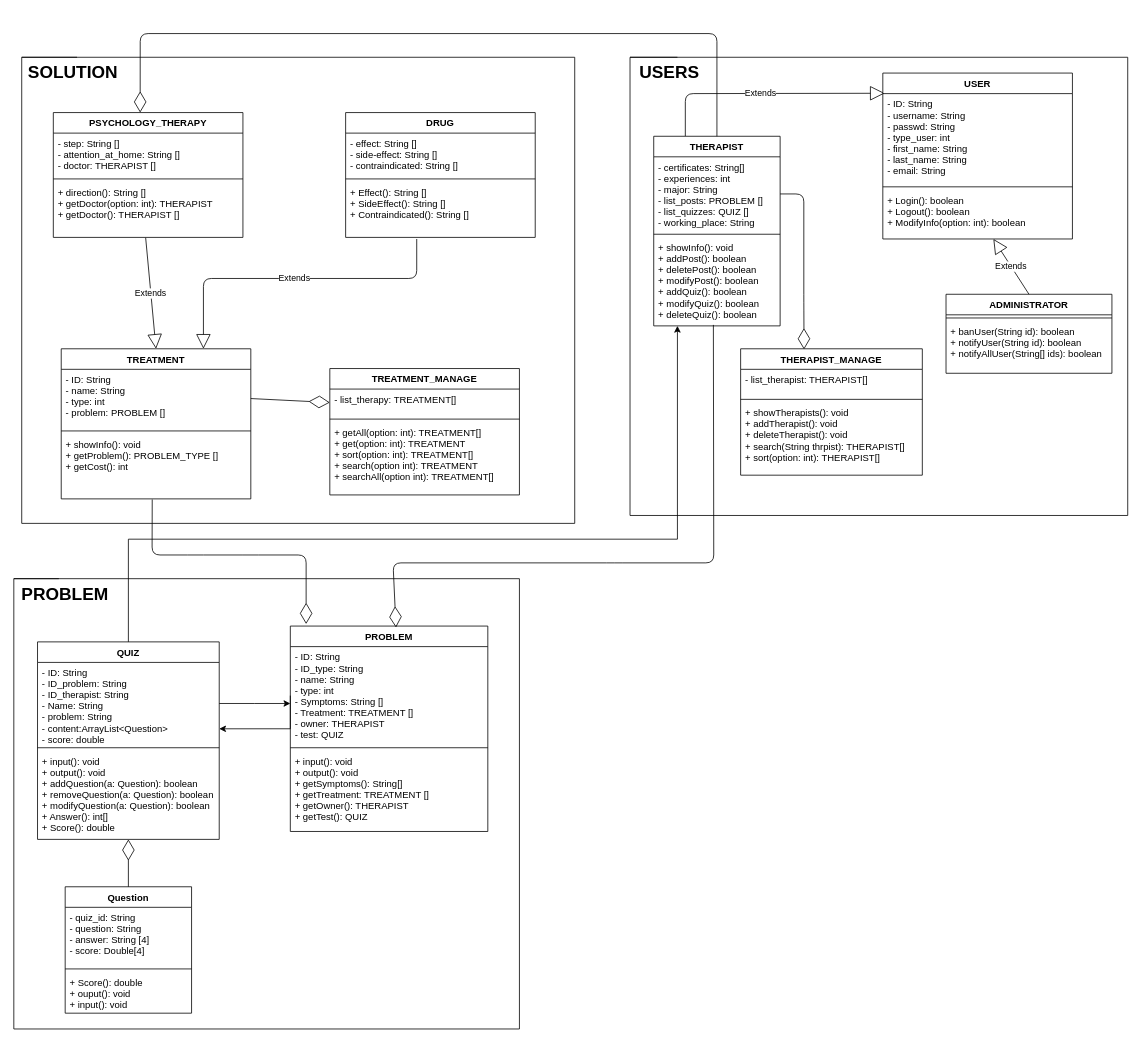
This is BonEsprit.drawio from ddlinh/bonEsprit, a draw.io file, before an edit. Source tidied: cells renumbered, new cells numbered last; positions are measured from the earlier drawing's top-left corner, leaving out a move shared by most shapes. Both pictures are drawn from the tidied source at 79%, with x=0, y=0 at pixel (13, 33).
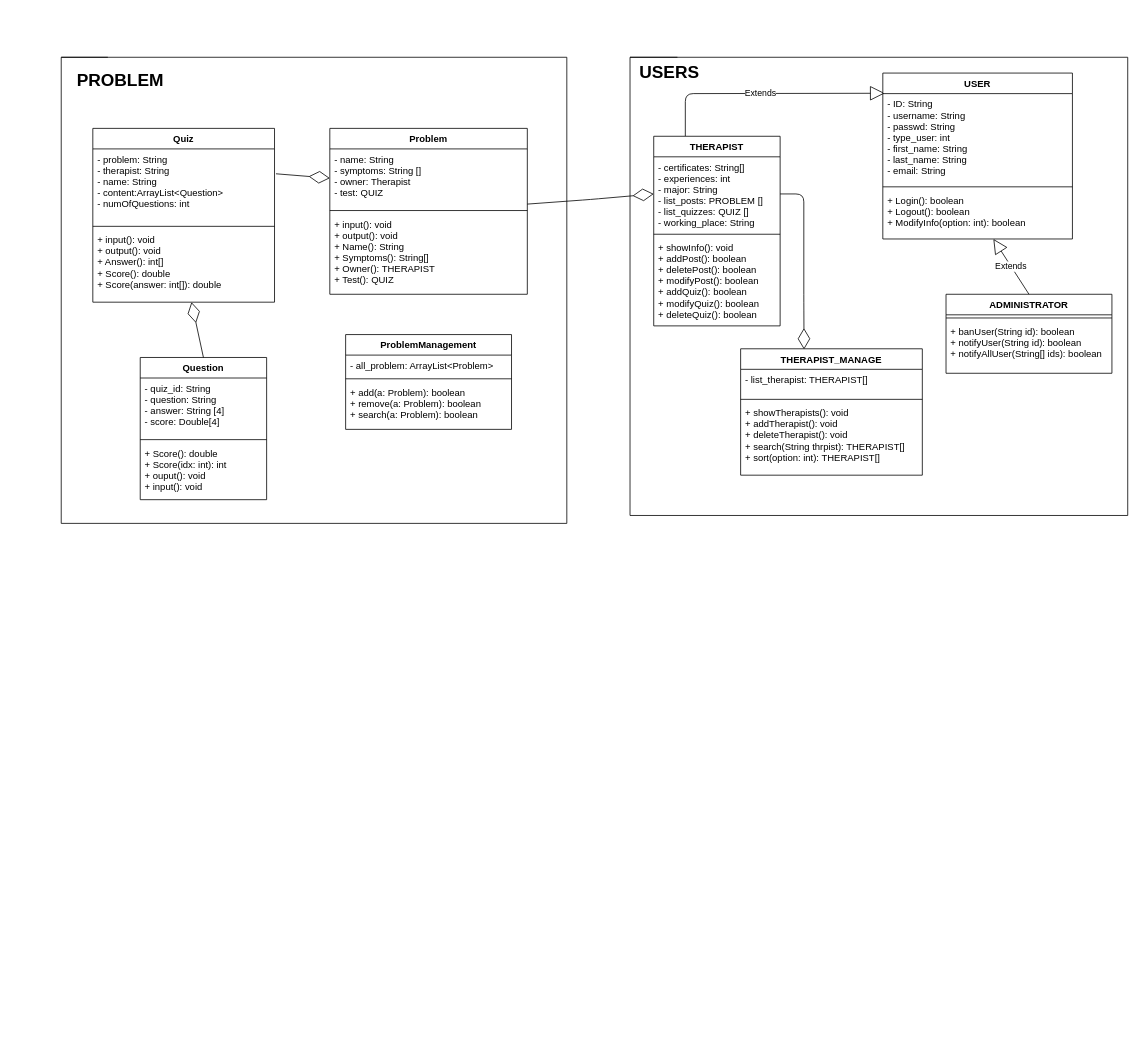
The same diagram, later.

Commit message (it also covers changes not shown here):
update problem management

Unchanged cells that the change refers to:
```xml
<mxCell id="9" value="THERAPIST" style="swimlane;fontStyle=1;align=center;verticalAlign=top;horizontal=1;startSize=26;" parent="1" vertex="1">
  <mxGeometry x="810" y="130" width="160" height="240" as="geometry" />
</mxCell>
<mxCell id="10" value="- certificates: String[]&#10;- experiences: int&#10;- major: String&#10;- list_posts: PROBLEM []&#10;- list_quizzes: QUIZ []&#10;- working_place: String" style="text;strokeColor=none;fillColor=none;align=left;verticalAlign=top;spacingLeft=4;spacingRight=4;overflow=hidden;points=[[0,0.5],[1,0.5]];portConstraint=eastwest;" parent="9" vertex="1">
  <mxGeometry y="26" width="160" height="94" as="geometry" />
</mxCell>
<mxCell id="12" value="+ showInfo(): void&#10;+ addPost(): boolean&#10;+ deletePost(): boolean&#10;+ modifyPost(): boolean&#10;+ addQuiz(): boolean&#10;+ modifyQuiz(): boolean&#10;+ deleteQuiz(): boolean" style="text;strokeColor=none;fillColor=none;align=left;verticalAlign=top;spacingLeft=4;spacingRight=4;overflow=hidden;points=[[0,0.5],[1,0.5]];portConstraint=eastwest;" parent="9" vertex="1">
  <mxGeometry y="128" width="160" height="112" as="geometry" />
</mxCell>
```

The edit, as a diff of the source:
```diff
@@
-    <mxCell id="21" value="&lt;br&gt;" style="shape=folder;fontStyle=1;spacingTop=10;tabWidth=70;tabHeight=0;tabPosition=left;html=1;" parent="1" vertex="1">
-      <mxGeometry x="10" y="30" width="700" height="590" as="geometry" />
-    </mxCell>
-    <mxCell id="22" value="TREATMENT" style="swimlane;fontStyle=1;align=center;verticalAlign=top;horizontal=1;startSize=26;" parent="1" vertex="1">
-      <mxGeometry x="60" y="399" width="240" height="190" as="geometry" />
-    </mxCell>
-    <mxCell id="23" value="- ID: String&#10;- name: String&#10;- type: int&#10;- problem: PROBLEM []" style="text;align=left;verticalAlign=top;spacingLeft=4;spacingRight=4;overflow=hidden;points=[[0,0.5],[1,0.5]];portConstraint=eastwest;" parent="22" vertex="1">
-      <mxGeometry y="26" width="240" height="74" as="geometry" />
-    </mxCell>
-    <mxCell id="24" style="line;strokeWidth=1;fillColor=none;align=left;verticalAlign=middle;spacingTop=-1;spacingLeft=3;spacingRight=3;labelPosition=right;" parent="22" vertex="1">
-      <mxGeometry y="100" width="240" height="8" as="geometry" />
-    </mxCell>
-    <mxCell id="25" value="+ showInfo(): void&#10;+ getProblem(): PROBLEM_TYPE []&#10;+ getCost(): int" style="text;strokeColor=none;fillColor=none;align=left;verticalAlign=top;spacingLeft=4;spacingRight=4;overflow=hidden;points=[[0,0.5],[1,0.5]];portConstraint=eastwest;" parent="22" vertex="1">
-      <mxGeometry y="108" width="240" height="82" as="geometry" />
-    </mxCell>
-    <mxCell id="26" value="TREATMENT_MANAGE" style="swimlane;fontStyle=1;align=center;verticalAlign=top;horizontal=1;startSize=26;" parent="1" vertex="1">
-      <mxGeometry x="400" y="424" width="240" height="160" as="geometry" />
-    </mxCell>
-    <mxCell id="27" value="- list_therapy: TREATMENT[]" style="text;align=left;verticalAlign=top;spacingLeft=4;spacingRight=4;overflow=hidden;points=[[0,0.5],[1,0.5]];portConstraint=eastwest;fontStyle=0;" parent="26" vertex="1">
-      <mxGeometry y="26" width="240" height="34" as="geometry" />
-    </mxCell>
-    <mxCell id="28" style="line;strokeWidth=1;fillColor=none;align=left;verticalAlign=middle;spacingTop=-1;spacingLeft=3;spacingRight=3;labelPosition=right;" parent="26" vertex="1">
-      <mxGeometry y="60" width="240" height="8" as="geometry" />
-    </mxCell>
-    <mxCell id="29" value="+ getAll(option: int): TREATMENT[]&#10;+ get(option: int): TREATMENT&#10;+ sort(option: int): TREATMENT[]&#10;+ search(option int): TREATMENT&#10;+ searchAll(option int): TREATMENT[]" style="text;strokeColor=none;fillColor=none;align=left;verticalAlign=top;spacingLeft=4;spacingRight=4;overflow=hidden;" parent="26" vertex="1">
-      <mxGeometry y="68" width="240" height="92" as="geometry" />
-    </mxCell>
-    <mxCell id="30" value="PSYCHOLOGY_THERAPY" style="swimlane;fontStyle=1;align=center;verticalAlign=top;horizontal=1;startSize=26;" parent="1" vertex="1">
-      <mxGeometry x="50" y="100" width="240" height="158" as="geometry" />
-    </mxCell>
-    <mxCell id="31" value="- step: String []&#10;- attention_at_home: String []&#10;- doctor: THERAPIST []" style="text;align=left;verticalAlign=top;spacingLeft=4;spacingRight=4;overflow=hidden;" parent="30" vertex="1">
-      <mxGeometry y="26" width="240" height="54" as="geometry" />
-    </mxCell>
-    <mxCell id="32" style="line;strokeWidth=1;fillColor=none;align=left;verticalAlign=middle;spacingTop=-1;spacingLeft=3;spacingRight=3;labelPosition=right;" parent="30" vertex="1">
-      <mxGeometry y="80" width="240" height="8" as="geometry" />
-    </mxCell>
-    <mxCell id="33" value="+ direction(): String []&#10;+ getDoctor(option: int): THERAPIST&#10;+ getDoctor(): THERAPIST []" style="text;strokeColor=none;fillColor=none;align=left;verticalAlign=top;spacingLeft=4;spacingRight=4;overflow=hidden;points=[[0,0.5],[1,0.5]];portConstraint=eastwest;" parent="30" vertex="1">
-      <mxGeometry y="88" width="240" height="70" as="geometry" />
-    </mxCell>
-    <mxCell id="34" value="DRUG" style="swimlane;fontStyle=1;align=center;verticalAlign=top;horizontal=1;startSize=26;" parent="1" vertex="1">
-      <mxGeometry x="420" y="100" width="240" height="158" as="geometry" />
-    </mxCell>
-    <mxCell id="35" value="- effect: String []&#10;- side-effect: String []&#10;- contraindicated: String []" style="text;align=left;verticalAlign=top;spacingLeft=4;spacingRight=4;overflow=hidden;" parent="34" vertex="1">
-      <mxGeometry y="26" width="240" height="54" as="geometry" />
-    </mxCell>
-    <mxCell id="36" style="line;strokeWidth=1;fillColor=none;align=left;verticalAlign=middle;spacingTop=-1;spacingLeft=3;spacingRight=3;labelPosition=right;" parent="34" vertex="1">
-      <mxGeometry y="80" width="240" height="8" as="geometry" />
-    </mxCell>
-    <mxCell id="37" value="+ Effect(): String []&#10;+ SideEffect(): String []&#10;+ Contraindicated(): String []" style="text;strokeColor=none;fillColor=none;align=left;verticalAlign=top;spacingLeft=4;spacingRight=4;overflow=hidden;" parent="34" vertex="1">
-      <mxGeometry y="88" width="240" height="70" as="geometry" />
-    </mxCell>
-    <mxCell id="38" value="Extends" style="endArrow=block;endSize=16;endFill=0;html=1;exitX=0.487;exitY=1.007;exitDx=0;exitDy=0;exitPerimeter=0;entryX=0.5;entryY=0;entryDx=0;entryDy=0;" parent="1" edge="1" source="33" target="22">
-      <mxGeometry relative="1" as="geometry" />
-    </mxCell>
-    <mxCell id="39" value="Extends" style="endArrow=block;endSize=16;endFill=0;html=1;entryX=0.75;entryY=0;entryDx=0;entryDy=0;" parent="1" edge="1" target="22">
-      <mxGeometry relative="1" as="geometry">
-        <mxPoint x="510" y="260" as="sourcePoint" />
-        <Array as="points">
-          <mxPoint x="510" y="260" />
-          <mxPoint x="510" y="310" />
-          <mxPoint x="240" y="310" />
-        </Array>
-      </mxGeometry>
-    </mxCell>
-    <mxCell id="40" style="endArrow=diamondThin;endFill=0;endSize=24;html=1;exitX=0.5;exitY=0;exitDx=0;exitDy=0;entryX=0.458;entryY=0;entryDx=0;entryDy=0;entryPerimeter=0;" parent="1" edge="1" source="9" target="30">
-      <mxGeometry relative="1" as="geometry">
-        <Array as="points">
-          <mxPoint x="890" />
-          <mxPoint x="160" />
-        </Array>
-      </mxGeometry>
-    </mxCell>
-    <mxCell id="41" style="endArrow=diamondThin;endFill=0;endSize=24;html=1;exitX=1;exitY=0.5;exitDx=0;exitDy=0;entryX=0;entryY=0.5;entryDx=0;entryDy=0;" parent="1" edge="1" source="23" target="27">
-      <mxGeometry relative="1" as="geometry" />
-    </mxCell>
     <mxCell id="42" style="shape=folder;fontStyle=1;spacingTop=10;tabWidth=50;tabHeight=0;tabPosition=left;html=1;" parent="1" vertex="1">
-      <mxGeometry y="690" width="640" height="570" as="geometry" />
+      <mxGeometry x="60" y="30" width="640" height="590" as="geometry" />
     </mxCell>
-    <mxCell id="43" value="PROBLEM" style="swimlane;fontStyle=1;align=center;verticalAlign=top;horizontal=1;startSize=26;" parent="1" vertex="1">
-      <mxGeometry x="350" y="750" width="250" height="260" as="geometry" />
+    <mxCell id="43" value="Problem" style="swimlane;fontStyle=1;align=center;verticalAlign=top;horizontal=1;startSize=26;" parent="1" vertex="1">
+      <mxGeometry x="400" y="120" width="250" height="210" as="geometry" />
     </mxCell>
-    <mxCell id="44" value="- ID: String&#10;- ID_type: String&#10;- name: String&#10;- type: int&#10;- Symptoms: String []&#10;- Treatment: TREATMENT []&#10;- owner: THERAPIST&#10;- test: QUIZ" style="text;strokeColor=none;fillColor=none;align=left;verticalAlign=top;spacingLeft=4;spacingRight=4;overflow=hidden;points=[[0,0.5],[1,0.5]];portConstraint=eastwest;" parent="43" vertex="1">
-      <mxGeometry y="26" width="250" height="124" as="geometry" />
+    <mxCell id="44" value="- name: String&#10;- symptoms: String []&#10;- owner: Therapist&#10;- test: QUIZ" style="text;strokeColor=none;fillColor=none;align=left;verticalAlign=top;spacingLeft=4;spacingRight=4;overflow=hidden;points=[[0,0.5],[1,0.5]];portConstraint=eastwest;" parent="43" vertex="1">
+      <mxGeometry y="26" width="250" height="74" as="geometry" />
     </mxCell>
     <mxCell id="45" style="line;strokeWidth=1;fillColor=none;align=left;verticalAlign=middle;spacingTop=-1;spacingLeft=3;spacingRight=3;labelPosition=right;" parent="43" vertex="1">
-      <mxGeometry y="150" width="250" height="8" as="geometry" />
+      <mxGeometry y="100" width="250" height="8" as="geometry" />
     </mxCell>
-    <mxCell id="46" value="+ input(): void&#10;+ output(): void&#10;+ getSymptoms(): String[]&#10;+ getTreatment: TREATMENT []&#10;+ getOwner(): THERAPIST&#10;+ getTest(): QUIZ&#10;" style="text;strokeColor=none;fillColor=none;align=left;verticalAlign=top;spacingLeft=4;spacingRight=4;overflow=hidden;" parent="43" vertex="1">
-      <mxGeometry y="158" width="250" height="102" as="geometry" />
+    <mxCell id="46" value="+ input(): void&#10;+ output(): void&#10;+ Name(): String&#10;+ Symptoms(): String[]&#10;+ Owner(): THERAPIST&#10;+ Test(): QUIZ&#10;" style="text;strokeColor=none;fillColor=none;align=left;verticalAlign=top;spacingLeft=4;spacingRight=4;overflow=hidden;" parent="43" vertex="1">
+      <mxGeometry y="108" width="250" height="102" as="geometry" />
     </mxCell>
-    <mxCell id="47" style="edgeStyle=orthogonalEdgeStyle;rounded=0;jettySize=auto;html=1;exitX=0.5;exitY=0;exitDx=0;exitDy=0;" parent="1" edge="1" source="48" target="12">
-      <mxGeometry relative="1" as="geometry">
-        <Array as="points">
-          <mxPoint x="145" y="640" />
-          <mxPoint x="840" y="640" />
-        </Array>
-      </mxGeometry>
-    </mxCell>
-    <mxCell id="48" value="QUIZ" style="swimlane;fontStyle=1;align=center;verticalAlign=top;horizontal=1;startSize=26;" parent="1" vertex="1">
-      <mxGeometry x="30" y="770" width="230" height="250" as="geometry" />
+    <mxCell id="48" value="Quiz" style="swimlane;fontStyle=1;align=center;verticalAlign=top;horizontal=1;startSize=26;" parent="1" vertex="1">
+      <mxGeometry x="100" y="120" width="230" height="220" as="geometry" />
     </mxCell>
-    <mxCell id="49" value="- ID: String&#10;- ID_problem: String&#10;- ID_therapist: String&#10;- Name: String&#10;- problem: String&#10;- content:ArrayList&lt;Question&gt;&#10;- score: double" style="text;strokeColor=none;fillColor=none;align=left;verticalAlign=top;spacingLeft=4;spacingRight=4;overflow=hidden;points=[[0,0.5],[1,0.5]];portConstraint=eastwest;" parent="48" vertex="1">
-      <mxGeometry y="26" width="230" height="104" as="geometry" />
+    <mxCell id="49" value="- problem: String&#10;- therapist: String&#10;- name: String&#10;- content:ArrayList&lt;Question&gt;&#10;- numOfQuestions: int" style="text;strokeColor=none;fillColor=none;align=left;verticalAlign=top;spacingLeft=4;spacingRight=4;overflow=hidden;points=[[0,0.5],[1,0.5]];portConstraint=eastwest;" parent="48" vertex="1">
+      <mxGeometry y="26" width="230" height="94" as="geometry" />
     </mxCell>
     <mxCell id="50" style="line;strokeWidth=1;fillColor=none;align=left;verticalAlign=middle;spacingTop=-1;spacingLeft=3;spacingRight=3;labelPosition=right;" parent="48" vertex="1">
-      <mxGeometry y="130" width="230" height="8" as="geometry" />
+      <mxGeometry y="120" width="230" height="8" as="geometry" />
     </mxCell>
-    <mxCell id="51" value="+ input(): void&#10;+ output(): void&#10;+ addQuestion(a: Question): boolean&#10;+ removeQuestion(a: Question): boolean&#10;+ modifyQuestion(a: Question): boolean&#10;+ Answer(): int[]&#10;+ Score(): double" style="text;strokeColor=none;fillColor=none;align=left;verticalAlign=top;spacingLeft=4;spacingRight=4;overflow=hidden;points=[[0,0.5],[1,0.5]];portConstraint=eastwest;" parent="48" vertex="1">
-      <mxGeometry y="138" width="230" height="112" as="geometry" />
+    <mxCell id="51" value="+ input(): void&#10;+ output(): void&#10;+ Answer(): int[]&#10;+ Score(): double&#10;+ Score(answer: int[]): double" style="text;strokeColor=none;fillColor=none;align=left;verticalAlign=top;spacingLeft=4;spacingRight=4;overflow=hidden;points=[[0,0.5],[1,0.5]];portConstraint=eastwest;" parent="48" vertex="1">
+      <mxGeometry y="128" width="230" height="92" as="geometry" />
     </mxCell>
-    <mxCell id="52" style="endArrow=diamondThin;endFill=0;endSize=24;html=1;exitX=0.472;exitY=0.989;exitDx=0;exitDy=0;exitPerimeter=0;entryX=0.535;entryY=0.007;entryDx=0;entryDy=0;entryPerimeter=0;" parent="1" edge="1" source="12" target="43">
-      <mxGeometry relative="1" as="geometry">
-        <Array as="points">
-          <mxPoint x="886" y="670" />
-          <mxPoint x="760" y="670" />
-          <mxPoint x="480" y="670" />
-        </Array>
-      </mxGeometry>
-    </mxCell>
     <mxCell id="53" value="Question" style="swimlane;fontStyle=1;align=center;verticalAlign=top;horizontal=1;startSize=26;" parent="1" vertex="1">
-      <mxGeometry x="65" y="1080" width="160" height="160" as="geometry" />
+      <mxGeometry x="160" y="410" width="160" height="180" as="geometry" />
     </mxCell>
@@
-    <mxCell id="56" value="+ Score(): double&#10;+ ouput(): void&#10;+ input(): void" style="text;strokeColor=none;fillColor=none;align=left;verticalAlign=top;spacingLeft=4;spacingRight=4;overflow=hidden;" parent="53" vertex="1">
-      <mxGeometry y="108" width="160" height="52" as="geometry" />
+    <mxCell id="56" value="+ Score(): double&#10;+ Score(idx: int): int&#10;+ ouput(): void&#10;+ input(): void" style="text;strokeColor=none;fillColor=none;align=left;verticalAlign=top;spacingLeft=4;spacingRight=4;overflow=hidden;" parent="53" vertex="1">
+      <mxGeometry y="108" width="160" height="72" as="geometry" />
     </mxCell>
-    <mxCell id="57" style="edgeStyle=orthogonalEdgeStyle;rounded=0;jettySize=auto;html=1;exitX=0;exitY=0.5;exitDx=0;exitDy=0;entryX=1;entryY=0.808;entryDx=0;entryDy=0;entryPerimeter=0;" parent="1" edge="1" source="44" target="49">
-      <mxGeometry relative="1" as="geometry">
-        <Array as="points">
-          <mxPoint x="350" y="880" />
-        </Array>
-      </mxGeometry>
-    </mxCell>
-    <mxCell id="58" style="endArrow=diamondThin;endFill=0;endSize=24;html=1;exitX=0.48;exitY=1.009;exitDx=0;exitDy=0;exitPerimeter=0;entryX=0.08;entryY=-0.01;entryDx=0;entryDy=0;entryPerimeter=0;" parent="1" edge="1" source="25" target="43">
-      <mxGeometry relative="1" as="geometry">
-        <Array as="points">
-          <mxPoint x="175" y="660" />
-          <mxPoint x="230" y="660" />
-          <mxPoint x="300" y="660" />
-          <mxPoint x="370" y="660" />
-        </Array>
-      </mxGeometry>
-    </mxCell>
-    <mxCell id="59" style="edgeStyle=orthogonalEdgeStyle;rounded=0;jettySize=auto;html=1;exitX=1;exitY=0.5;exitDx=0;exitDy=0;" parent="1" edge="1" source="49">
-      <mxGeometry relative="1" as="geometry">
-        <mxPoint x="350" y="848" as="targetPoint" />
-      </mxGeometry>
-    </mxCell>
-    <mxCell id="60" value="SOLUTION" style="text;html=1;strokeColor=none;fillColor=none;align=center;verticalAlign=middle;whiteSpace=wrap;rounded=0;fontStyle=1;fontSize=22;" parent="1" vertex="1">
-      <mxGeometry x="30" y="30" width="90" height="40" as="geometry" />
-    </mxCell>
@@
     <mxCell id="62" value="PROBLEM" style="text;html=1;strokeColor=none;fillColor=none;align=center;verticalAlign=middle;whiteSpace=wrap;rounded=0;fontStyle=1;fontSize=22;" parent="1" vertex="1">
-      <mxGeometry x="20" y="690" width="90" height="40" as="geometry" />
+      <mxGeometry x="90" y="40" width="90" height="40" as="geometry" />
     </mxCell>
@@
+    <mxCell id="64" style="endArrow=diamondThin;endFill=0;endSize=24;html=1;exitX=1.008;exitY=0.335;exitDx=0;exitDy=0;entryX=0;entryY=0.5;entryDx=0;entryDy=0;exitPerimeter=0;" parent="1" edge="1" source="49" target="44">
+      <mxGeometry relative="1" as="geometry" />
+    </mxCell>
+    <mxCell id="65" style="endArrow=diamondThin;endFill=0;endSize=24;html=1;entryX=0;entryY=0.5;entryDx=0;entryDy=0;" parent="1" edge="1" source="43" target="10">
+      <mxGeometry relative="1" as="geometry">
+        <Array as="points">
+          <mxPoint x="730" y="210" />
+        </Array>
+      </mxGeometry>
+    </mxCell>
+    <mxCell id="66" value="ProblemManagement" style="swimlane;fontStyle=1;align=center;verticalAlign=top;horizontal=1;startSize=26;" parent="1" vertex="1">
+      <mxGeometry x="420" y="381" width="210" height="120" as="geometry" />
+    </mxCell>
+    <mxCell id="67" value="- all_problem: ArrayList&lt;Problem&gt;" style="text;strokeColor=none;fillColor=none;align=left;verticalAlign=top;spacingLeft=4;spacingRight=4;overflow=hidden;" parent="66" vertex="1">
+      <mxGeometry y="26" width="210" height="26" as="geometry" />
+    </mxCell>
+    <mxCell id="68" style="line;strokeWidth=1;fillColor=none;align=left;verticalAlign=middle;spacingTop=-1;spacingLeft=3;spacingRight=3;labelPosition=right;" parent="66" vertex="1">
+      <mxGeometry y="52" width="210" height="8" as="geometry" />
+    </mxCell>
+    <mxCell id="69" value="+ add(a: Problem): boolean&#10;+ remove(a: Problem): boolean&#10;+ search(a: Problem): boolean" style="text;strokeColor=none;fillColor=none;align=left;verticalAlign=top;spacingLeft=4;spacingRight=4;overflow=hidden;" parent="66" vertex="1">
+      <mxGeometry y="60" width="210" height="60" as="geometry" />
+    </mxCell>
```
